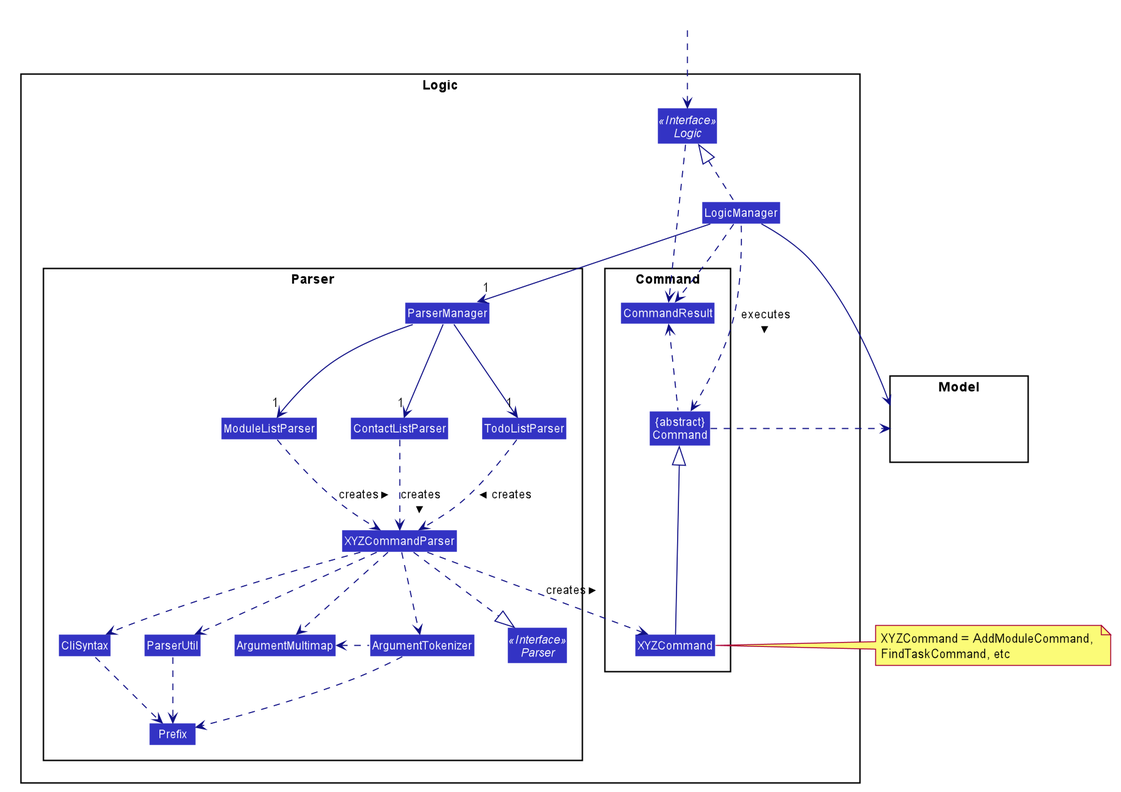
Above: docs/images/LogicClassDiagram.png in nus-cs2103-AY2021S1/tp (PlantUML), before the change.
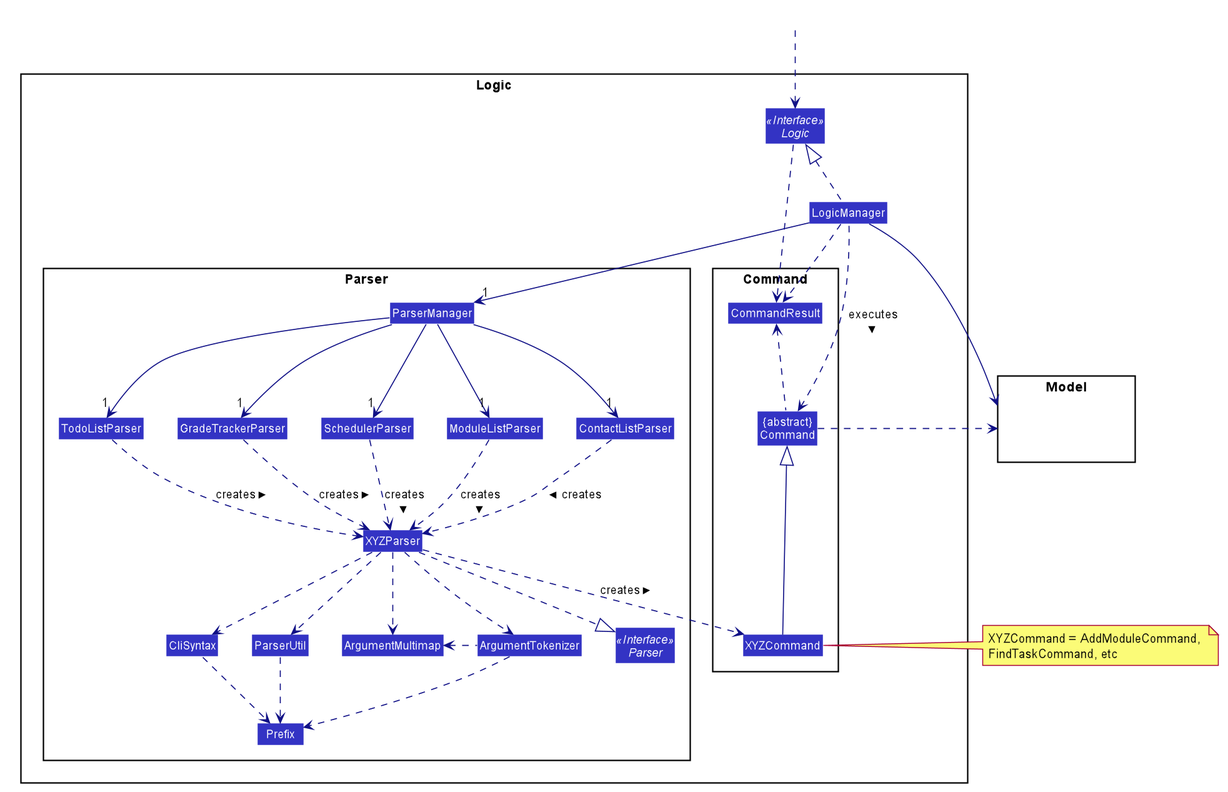
After the commit.

Commit message:
Create sequence diagram for delete contact command

The edit, as a diff of the source:
```diff
@@ -59,7 +59,9 @@
 Class ModuleListParser
 Class ContactListParser
 Class TodoListParser
-Class XYZCommandParser
+Class GradeTrackerParser
+Class SchedulerParser
+Class XYZParser
 Class CliSyntax
 Class ParserUtil
 Class ArgumentMultimap
@@ -89,19 +91,23 @@
 ParserManager -->"1" ModuleListParser
 ParserManager -->"1" ContactListParser
 ParserManager -->"1" TodoListParser
+ParserManager -->"1" GradeTrackerParser
+ParserManager -->"1" SchedulerParser
 
-ModuleListParser .down.> XYZCommandParser: creates >
-ContactListParser .down.> XYZCommandParser: creates >
-TodoListParser .down.> XYZCommandParser: creates >
+ModuleListParser .down.> XYZParser: creates >
+ContactListParser .down.> XYZParser: creates >
+TodoListParser .down.> XYZParser: creates >
+GradeTrackerParser .down.> XYZParser: creates >
+SchedulerParser .down.> XYZParser: creates >
 
-XYZCommandParser ..> XYZCommand : creates >
-XYZCommandParser ..|> Parser
-XYZCommandParser ..> ArgumentMultimap
-XYZCommandParser ..> ArgumentTokenizer
+XYZParser ..> XYZCommand : creates >
+XYZParser ..|> Parser
+XYZParser ..> ArgumentMultimap
+XYZParser ..> ArgumentTokenizer
 ArgumentTokenizer .left.> ArgumentMultimap
-XYZCommandParser ..> CliSyntax
+XYZParser ..> CliSyntax
 CliSyntax ..> Prefix
-XYZCommandParser ..> ParserUtil
+XYZParser ..> ParserUtil
 ParserUtil .down.> Prefix
 ArgumentTokenizer .down.> Prefix
 XYZCommand -up--|> Command
```
